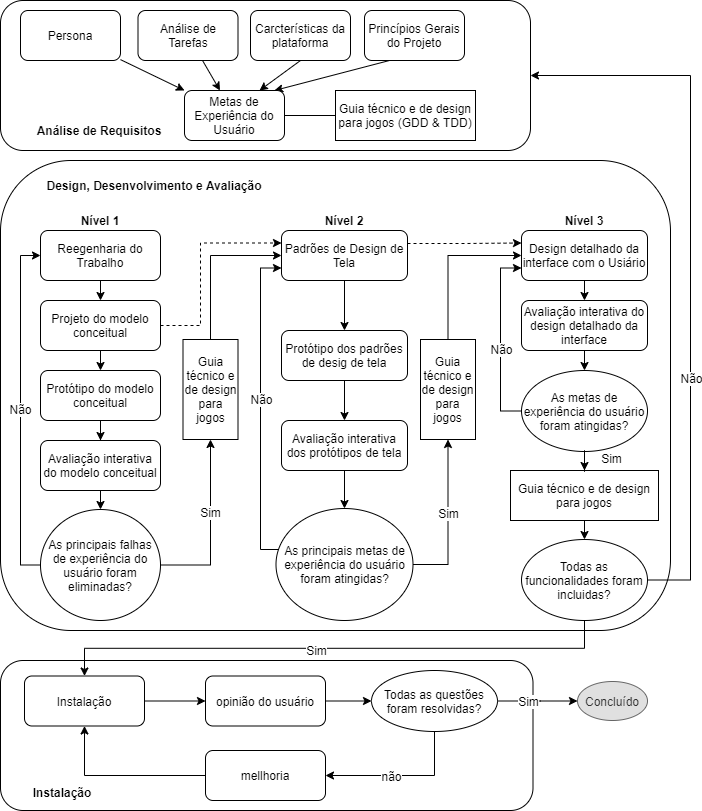
Above: docs/img/driagram_mayhew.png in Design-de-Jogos/2020.1-ETerface (draw.io), before the change. Source tidied: cells renumbered, new cells last; positions are measured from the earlier drawing's top-left corner, leaving out a move shared by most shapes.
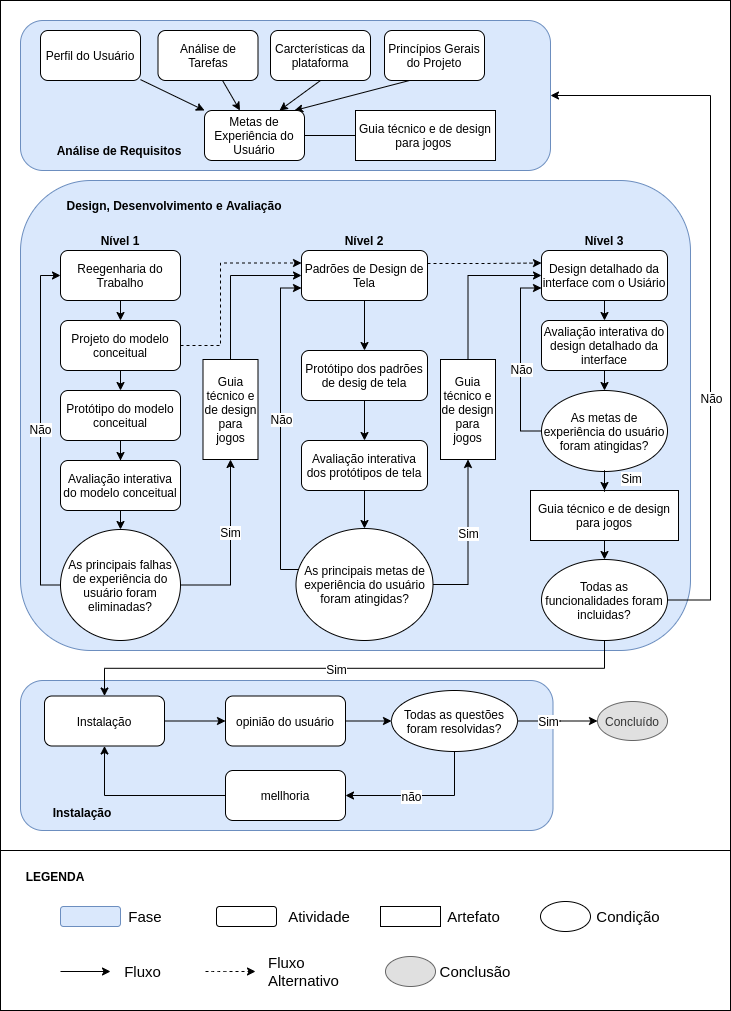
Later version of the same file.

Commit message:
Atualização do diagrama, sua explicação e do GDD

Change to the diagram source:
```diff
@@ -2,19 +2,25 @@
   <root>
     <mxCell id="0" />
     <mxCell id="1" parent="0" />
+    <mxCell id="81" style="rounded=0;whiteSpace=wrap;html=1;" parent="1" vertex="1">
+      <mxGeometry x="-20" y="830" width="730" height="160" as="geometry" />
+    </mxCell>
+    <mxCell id="82" style="rounded=0;whiteSpace=wrap;html=1;" parent="1" vertex="1">
+      <mxGeometry x="-20" y="-20" width="730" height="850" as="geometry" />
+    </mxCell>
     <mxCell id="2" style="group;" parent="1" vertex="1">
       <mxGeometry width="690" height="810" as="geometry" />
     </mxCell>
-    <mxCell id="3" style="rounded=1;whiteSpace=wrap;html=1;" parent="2" vertex="1">
+    <mxCell id="3" style="rounded=1;whiteSpace=wrap;html=1;fillColor=#dae8fc;strokeColor=#6c8ebf;" parent="2" vertex="1">
       <mxGeometry y="660" width="532.5" height="150" as="geometry" />
     </mxCell>
-    <mxCell id="4" style="rounded=1;whiteSpace=wrap;html=1;" parent="2" vertex="1">
+    <mxCell id="4" style="rounded=1;whiteSpace=wrap;html=1;fillColor=#dae8fc;strokeColor=#6c8ebf;" parent="2" vertex="1">
       <mxGeometry y="160" width="670" height="470" as="geometry" />
     </mxCell>
-    <mxCell id="5" style="rounded=1;whiteSpace=wrap;html=1;" parent="2" vertex="1">
+    <mxCell id="5" style="rounded=1;whiteSpace=wrap;html=1;fillColor=#dae8fc;strokeColor=#6c8ebf;" parent="2" vertex="1">
       <mxGeometry width="530" height="150" as="geometry" />
     </mxCell>
-    <mxCell id="6" value="Persona" style="rounded=1;whiteSpace=wrap;html=1;" parent="2" vertex="1">
+    <mxCell id="6" value="Perfil do Usuário" style="rounded=1;whiteSpace=wrap;html=1;" parent="2" vertex="1">
       <mxGeometry x="20" y="10" width="100" height="50" as="geometry" />
     </mxCell>
     <mxCell id="7" value="Análise de Tarefas&lt;span style=&quot;color: rgba(0 , 0 , 0 , 0) ; font-family: monospace ; font-size: 0px ; white-space: nowrap&quot;&gt;%3CmxGraphModel%3E%3Croot%3E%3CmxCell%20id%3D%220%22%2F%3E%3CmxCell%20id%3D%221%22%20parent%3D%220%22%2F%3E%3CmxCell%20id%3D%222%22%20value%3D%22Persona%22%20style%3D%22rounded%3D1%3BwhiteSpace%3Dwrap%3Bhtml%3D1%3B%22%20vertex%3D%221%22%20parent%3D%221%22%3E%3CmxGeometry%20x%3D%22130%22%20y%3D%22620%22%20width%3D%22100%22%20height%3D%2250%22%20as%3D%22geometry%22%2F%3E%3C%2FmxCell%3E%3C%2Froot%3E%3C%2FmxGraphModel%3E&lt;/span&gt;" style="rounded=1;whiteSpace=wrap;html=1;" parent="2" vertex="1">
@@ -48,7 +54,7 @@
     <mxCell id="15" style="edgeStyle=none;rounded=0;jettySize=auto;html=1;exitX=0.5;exitY=1;exitDx=0;exitDy=0;entryX=0.75;entryY=0;entryDx=0;entryDy=0;" parent="2" edge="1" source="8" target="12">
       <mxGeometry relative="1" as="geometry" />
     </mxCell>
-    <mxCell id="16" value="Guia técnico e de design para jogos (GDD &amp;amp; TDD)" style="rounded=0;whiteSpace=wrap;html=1;" parent="2" vertex="1">
+    <mxCell id="16" value="Guia técnico e de design para jogos&amp;nbsp;" style="rounded=0;whiteSpace=wrap;html=1;" parent="2" vertex="1">
       <mxGeometry x="335" y="90" width="140" height="50" as="geometry" />
     </mxCell>
     <mxCell id="17" value="&lt;b&gt;Análise de Requisitos&lt;/b&gt;" style="text;html=1;strokeColor=none;fillColor=none;align=center;verticalAlign=middle;whiteSpace=wrap;rounded=0;" parent="2" vertex="1">
@@ -234,7 +240,9 @@
       <mxGeometry relative="1" as="geometry" />
     </mxCell>
     <mxCell id="64" value="Sim" style="text;html=1;align=center;verticalAlign=middle;labelBackgroundColor=#ffffff;" parent="63" vertex="1">
-      <mxGeometry x="0.07" y="2" relative="1" as="geometry" />
+      <mxGeometry x="0.07" y="2" relative="1" as="geometry">
+        <mxPoint y="-1" as="offset" />
+      </mxGeometry>
     </mxCell>
     <mxCell id="65" value="opinião do usuário" style="rounded=1;whiteSpace=wrap;html=1;" parent="2" vertex="1">
       <mxGeometry x="205" y="675.5" width="120" height="50" as="geometry" />
@@ -291,5 +299,58 @@
     <mxCell id="80" value="&lt;b&gt;Instalação&lt;/b&gt;" style="text;html=1;strokeColor=none;fillColor=none;align=center;verticalAlign=middle;whiteSpace=wrap;rounded=0;" parent="2" vertex="1">
       <mxGeometry x="24" y="782" width="76" height="20" as="geometry" />
     </mxCell>
+    <mxCell id="83" value="LEGENDA" style="text;html=1;strokeColor=none;fillColor=none;align=center;verticalAlign=middle;whiteSpace=wrap;rounded=0;fontStyle=1;" parent="1" vertex="1">
+      <mxGeometry y="846" width="70" height="20" as="geometry" />
+    </mxCell>
+    <mxCell id="84" style="rounded=1;whiteSpace=wrap;html=1;fillColor=#dae8fc;strokeColor=#6c8ebf;" parent="1" vertex="1">
+      <mxGeometry x="40" y="886" width="60" height="20" as="geometry" />
+    </mxCell>
+    <mxCell id="85" value="Fase" style="text;html=1;strokeColor=none;fillColor=none;align=center;verticalAlign=middle;whiteSpace=wrap;rounded=0;fontSize=15;" parent="1" vertex="1">
+      <mxGeometry x="105" y="886" width="40" height="20" as="geometry" />
+    </mxCell>
+    <mxCell id="86" style="rounded=1;whiteSpace=wrap;html=1;" parent="1" vertex="1">
+      <mxGeometry x="196" y="886" width="60" height="20" as="geometry" />
+    </mxCell>
+    <mxCell id="87" value="Atividade" style="text;html=1;strokeColor=none;fillColor=none;align=center;verticalAlign=middle;whiteSpace=wrap;rounded=0;fontSize=15;" parent="1" vertex="1">
+      <mxGeometry x="264" y="886" width="70" height="20" as="geometry" />
+    </mxCell>
+    <mxCell id="88" style="rounded=0;whiteSpace=wrap;html=1;fontSize=15;" parent="1" vertex="1">
+      <mxGeometry x="360" y="886" width="60" height="20" as="geometry" />
+    </mxCell>
+    <mxCell id="89" value="Artefato" style="text;html=1;strokeColor=none;fillColor=none;align=center;verticalAlign=middle;whiteSpace=wrap;rounded=0;fontSize=15;" parent="1" vertex="1">
+      <mxGeometry x="421" y="886" width="65" height="20" as="geometry" />
+    </mxCell>
+    <mxCell id="90" style="ellipse;whiteSpace=wrap;html=1;fontSize=15;" parent="1" vertex="1">
+      <mxGeometry x="520" y="881" width="50" height="30" as="geometry" />
+    </mxCell>
+    <mxCell id="91" value="Condição" style="text;html=1;strokeColor=none;fillColor=none;align=center;verticalAlign=middle;whiteSpace=wrap;rounded=0;fontSize=15;" parent="1" vertex="1">
+      <mxGeometry x="573" y="886" width="70" height="20" as="geometry" />
+    </mxCell>
+    <mxCell id="92" style="endArrow=classic;html=1;fontSize=15;entryX=0;entryY=0.5;entryDx=0;entryDy=0;dashed=1;" parent="1" edge="1">
+      <mxGeometry relative="1" as="geometry">
+        <mxPoint x="185" y="951" as="sourcePoint" />
+        <mxPoint x="235" y="951" as="targetPoint" />
+        <Array as="points">
+          <mxPoint x="195" y="951" />
+        </Array>
+      </mxGeometry>
+    </mxCell>
+    <mxCell id="93" value="Fluxo Alternativo" style="text;html=1;strokeColor=none;fillColor=none;align=left;verticalAlign=middle;whiteSpace=wrap;rounded=0;fontSize=15;" parent="1" vertex="1">
+      <mxGeometry x="246" y="941" width="65" height="20" as="geometry" />
+    </mxCell>
+    <mxCell id="94" value="Conclusão" style="text;html=1;strokeColor=none;fillColor=none;align=center;verticalAlign=middle;whiteSpace=wrap;rounded=0;fontSize=15;" parent="1" vertex="1">
+      <mxGeometry x="420" y="941" width="70" height="20" as="geometry" />
+    </mxCell>
+    <mxCell id="95" style="ellipse;whiteSpace=wrap;html=1;fillColor=#E0E0E0;strokeColor=#666666;fontColor=#333333;" parent="1" vertex="1">
+      <mxGeometry x="365" y="936" width="50" height="30" as="geometry" />
+    </mxCell>
+    <mxCell id="96" value="Fluxo" style="text;html=1;strokeColor=none;fillColor=none;align=center;verticalAlign=middle;whiteSpace=wrap;rounded=0;fontSize=15;" parent="1" vertex="1">
+      <mxGeometry x="90" y="941" width="65" height="20" as="geometry" />
+    </mxCell>
+    <mxCell id="97" style="endArrow=classic;html=1;fontSize=15;entryX=0;entryY=0.5;entryDx=0;entryDy=0;" parent="1" edge="1" target="96">
+      <mxGeometry relative="1" as="geometry">
+        <mxPoint x="40" y="951" as="sourcePoint" />
+      </mxGeometry>
+    </mxCell>
   </root>
 </mxGraphModel>
```
